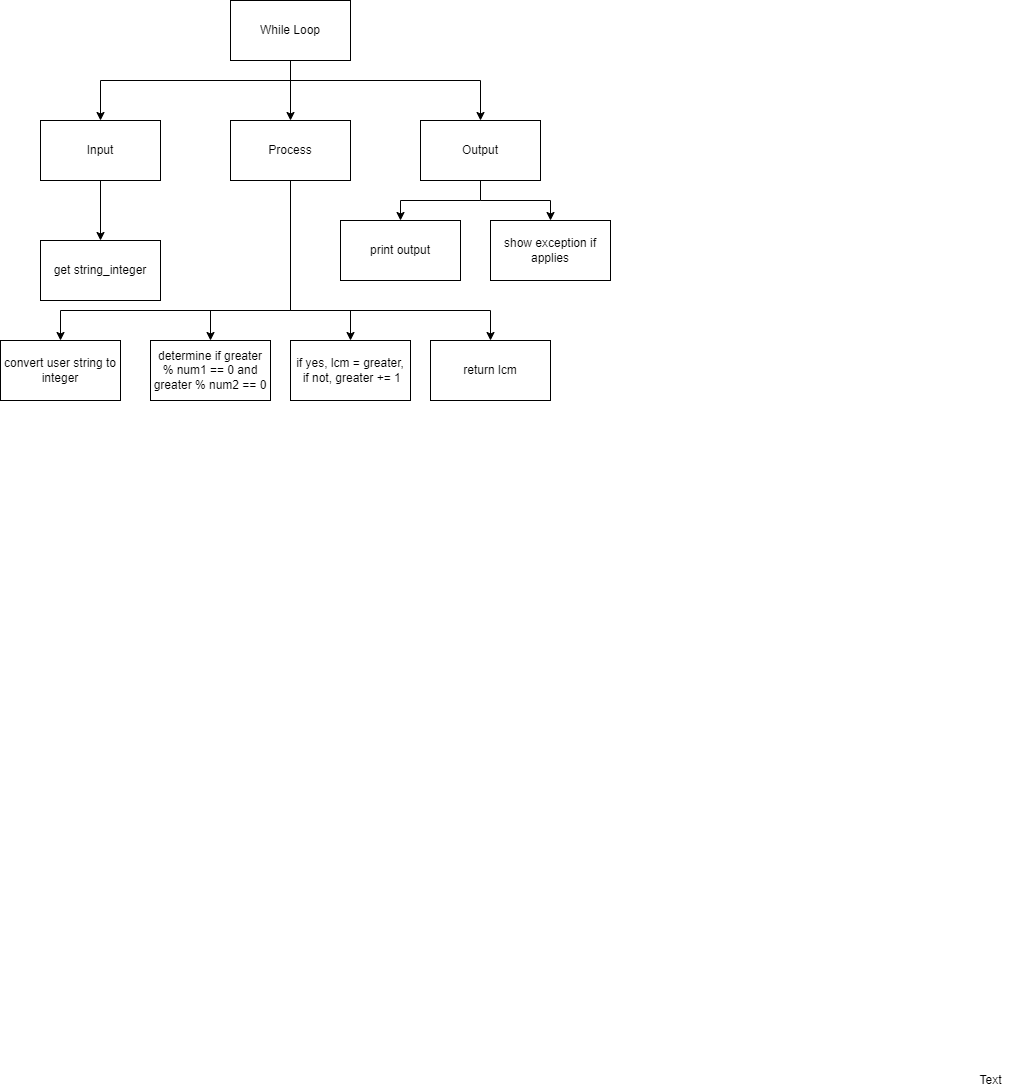
Above: design/top-down.png in zaida-hammmel2108/ICS3U-Assignment-5-Python (draw.io), before the change. Source tidied: cells renumbered, new cells last; positions are measured from the earlier drawing's top-left corner, leaving out a move shared by most shapes.
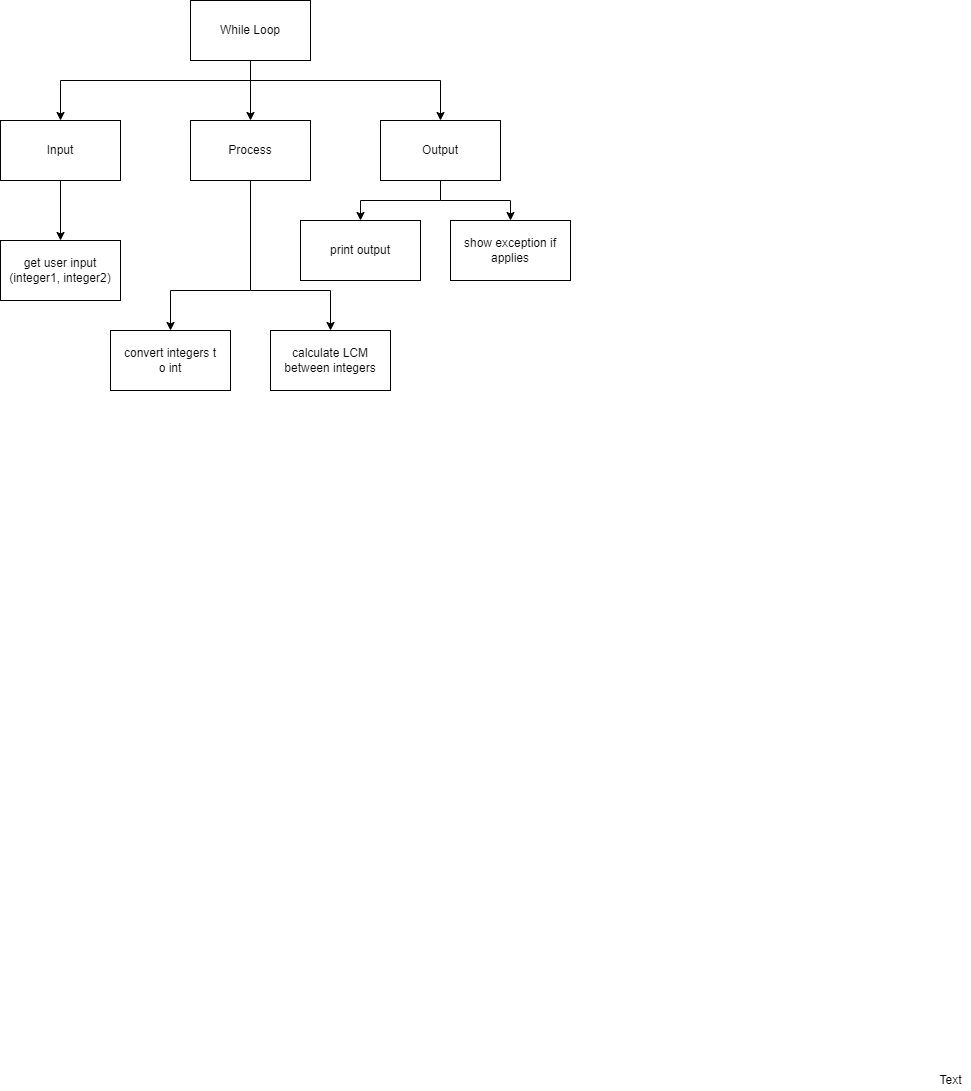
After the commit.

Change to the diagram source:
```diff
@@ -41,10 +41,7 @@
     <mxCell id="11" value="Output" style="rounded=0;whiteSpace=wrap;html=1;" parent="1" vertex="1">
       <mxGeometry x="420" y="120" width="120" height="60" as="geometry" />
     </mxCell>
-    <mxCell id="12" value="convert user string to integer" style="rounded=0;whiteSpace=wrap;html=1;" parent="1" vertex="1">
-      <mxGeometry y="340" width="120" height="60" as="geometry" />
-    </mxCell>
-    <mxCell id="13" value="get string_integer" style="rounded=0;whiteSpace=wrap;html=1;" parent="1" vertex="1">
+    <mxCell id="13" value="get user input (integer1, integer2)" style="rounded=0;whiteSpace=wrap;html=1;" parent="1" vertex="1">
       <mxGeometry x="40" y="240" width="120" height="60" as="geometry" />
     </mxCell>
     <mxCell id="14" value="show exception if applies" style="rounded=0;whiteSpace=wrap;html=1;" parent="1" vertex="1">
@@ -53,45 +50,29 @@
     <mxCell id="15" value="Text" style="text;html=1;align=center;verticalAlign=middle;strokeColor=none;fillColor=none;" parent="1" vertex="1">
       <mxGeometry x="970" y="1070" width="40" height="20" as="geometry" />
     </mxCell>
-    <mxCell id="16" value="determine if greater % num1 == 0 and greater % num2 == 0" style="rounded=0;whiteSpace=wrap;html=1;" parent="1" vertex="1">
-      <mxGeometry x="150" y="340" width="120" height="60" as="geometry" />
-    </mxCell>
-    <mxCell id="17" value="return lcm" style="rounded=0;whiteSpace=wrap;html=1;" parent="1" vertex="1">
-      <mxGeometry x="430" y="340" width="120" height="60" as="geometry" />
-    </mxCell>
-    <mxCell id="18" style="endArrow=classic;html=1;entryX=0.5;entryY=0;entryDx=0;entryDy=0;edgeStyle=orthogonalEdgeStyle;rounded=0;" parent="1" edge="1" target="12">
-      <mxGeometry relative="1" as="geometry">
-        <mxPoint x="290" y="310" as="sourcePoint" />
-      </mxGeometry>
-    </mxCell>
-    <mxCell id="19" style="endArrow=classic;html=1;rounded=0;entryX=0.5;entryY=0;entryDx=0;entryDy=0;edgeStyle=orthogonalEdgeStyle;" parent="1" edge="1" target="17">
-      <mxGeometry relative="1" as="geometry">
-        <mxPoint x="290" y="310" as="sourcePoint" />
-      </mxGeometry>
-    </mxCell>
     <mxCell id="20" value="print output" style="rounded=0;whiteSpace=wrap;html=1;" parent="1" vertex="1">
       <mxGeometry x="340" y="220" width="120" height="60" as="geometry" />
     </mxCell>
-    <mxCell id="21" value="if yes, lcm = greater,&lt;br&gt;&amp;nbsp;if not, greater += 1" style="rounded=0;whiteSpace=wrap;html=1;" parent="1" vertex="1">
-      <mxGeometry x="290" y="340" width="120" height="60" as="geometry" />
-    </mxCell>
     <mxCell id="22" style="endArrow=none;html=1;entryX=0.5;entryY=1;entryDx=0;entryDy=0;" parent="1" edge="1" target="6">
       <mxGeometry relative="1" as="geometry">
-        <mxPoint x="290" y="310" as="sourcePoint" />
+        <mxPoint x="290" y="290" as="sourcePoint" />
       </mxGeometry>
     </mxCell>
-    <mxCell id="23" style="endArrow=classic;html=1;entryX=0.5;entryY=0;entryDx=0;entryDy=0;edgeStyle=orthogonalEdgeStyle;rounded=0;" parent="1" edge="1" target="16">
-      <mxGeometry relative="1" as="geometry">
-        <mxPoint x="290" y="310" as="sourcePoint" />
-      </mxGeometry>
-    </mxCell>
-    <mxCell id="24" style="endArrow=classic;html=1;rounded=0;entryX=0.5;entryY=0;entryDx=0;entryDy=0;edgeStyle=orthogonalEdgeStyle;" parent="1" edge="1" target="21">
-      <mxGeometry relative="1" as="geometry">
-        <mxPoint x="290" y="310" as="sourcePoint" />
-        <Array as="points">
-          <mxPoint x="350" y="310" />
-        </Array>
-      </mxGeometry>
+    <mxCell id="24" value="convert integers t&lt;span style=&quot;color: rgba(0, 0, 0, 0); font-family: monospace; font-size: 0px; text-align: start;&quot;&gt;%3CmxGraphModel%3E%3Croot%3E%3CmxCell%20id%3D%220%22%2F%3E%3CmxCell%20id%3D%221%22%20parent%3D%220%22%2F%3E%3CmxCell%20id%3D%222%22%20value%3D%22get%20user%20input%20(integer1%2C%20integer2)%22%20style%3D%22rounded%3D0%3BwhiteSpace%3Dwrap%3Bhtml%3D1%3B%22%20vertex%3D%221%22%20parent%3D%221%22%3E%3CmxGeometry%20x%3D%22140%22%20y%3D%22280%22%20width%3D%22120%22%20height%3D%2260%22%20as%3D%22geometry%22%2F%3E%3C%2FmxCell%3E%3C%2Froot%3E%3C%2FmxGraphModel%3E&lt;/span&gt;&lt;br&gt;o int" style="rounded=0;whiteSpace=wrap;html=1;" parent="1" vertex="1">
+      <mxGeometry x="150" y="330" width="120" height="60" as="geometry" />
     </mxCell>
+    <mxCell id="25" value="calculate LCM between integers" style="rounded=0;whiteSpace=wrap;html=1;" parent="1" vertex="1">
+      <mxGeometry x="310" y="330" width="120" height="60" as="geometry" />
+    </mxCell>
+    <mxCell id="26" style="endArrow=classic;html=1;entryX=0.5;entryY=0;entryDx=0;entryDy=0;edgeStyle=orthogonalEdgeStyle;rounded=0;" parent="1" edge="1" target="24">
+      <mxGeometry relative="1" as="geometry">
+        <mxPoint x="290" y="290" as="sourcePoint" />
+      </mxGeometry>
+    </mxCell>
+    <mxCell id="27" style="endArrow=classic;html=1;entryX=0.5;entryY=0;entryDx=0;entryDy=0;edgeStyle=orthogonalEdgeStyle;rounded=0;" parent="1" edge="1" target="25">
+      <mxGeometry relative="1" as="geometry">
+        <mxPoint x="290" y="290" as="sourcePoint" />
+      </mxGeometry>
+    </mxCell>
   </root>
 </mxGraphModel>
```
